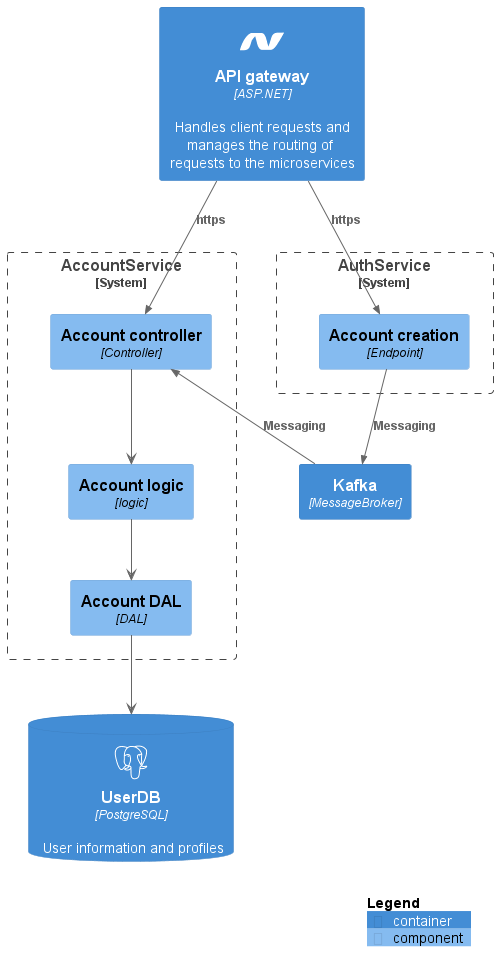
Earlier version of the PlantUML export Architecture/Architecture_C3.png (KevinvdHoogenhof/ForumApp-Main).
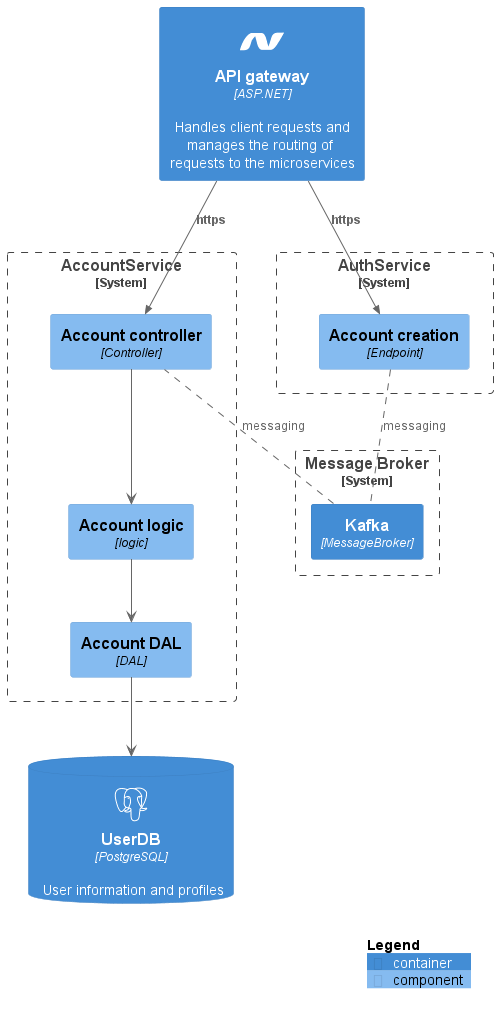
After the commit.

Diff of the diagram source:
```diff
@@ -20,7 +20,9 @@
 Component(aac, "Account creation", "Endpoint")
 }
 
+System_Boundary(mb, "Message Broker", " "){
 Container(mq, "Kafka", "MessageBroker")
+}
 
 Rel(api, acontroller, "https")
 Rel(api, aac, "https")
@@ -34,8 +36,9 @@
 
 adal --> userdb
 
-Rel(aac, mq, "Messaging")
-Rel(mq, acontroller, "Messaging")
+aac .. mq : messaging
+mq .. acontroller : messaging
+
 
 SHOW_LEGEND()
 @enduml
```
